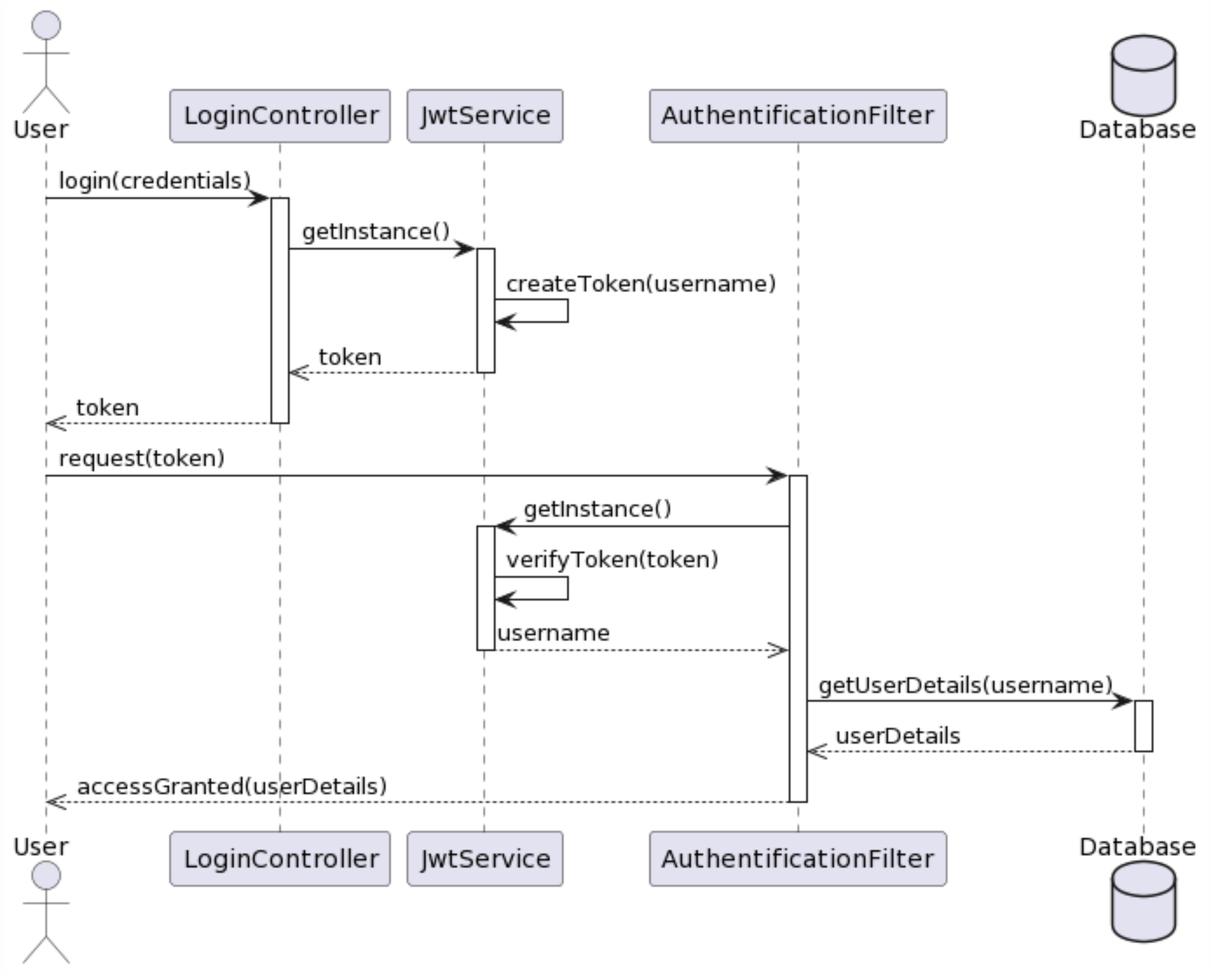
Above: plantUml-partie2/singleton-seq.png in KevenJAntenor/Quebec-Centralized-Medical-Record-System (PlantUML), before the change. Its source is kept beside it as plantUml-partie2/singleton-seq.puml.
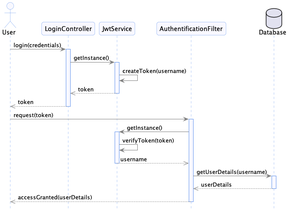
The same diagram one commit later.

What changed in the source:
```diff
@@ -1,4 +1,6 @@
 @startuml
+
+!include commons.style
 
 actor User
 participant LoginController
```
